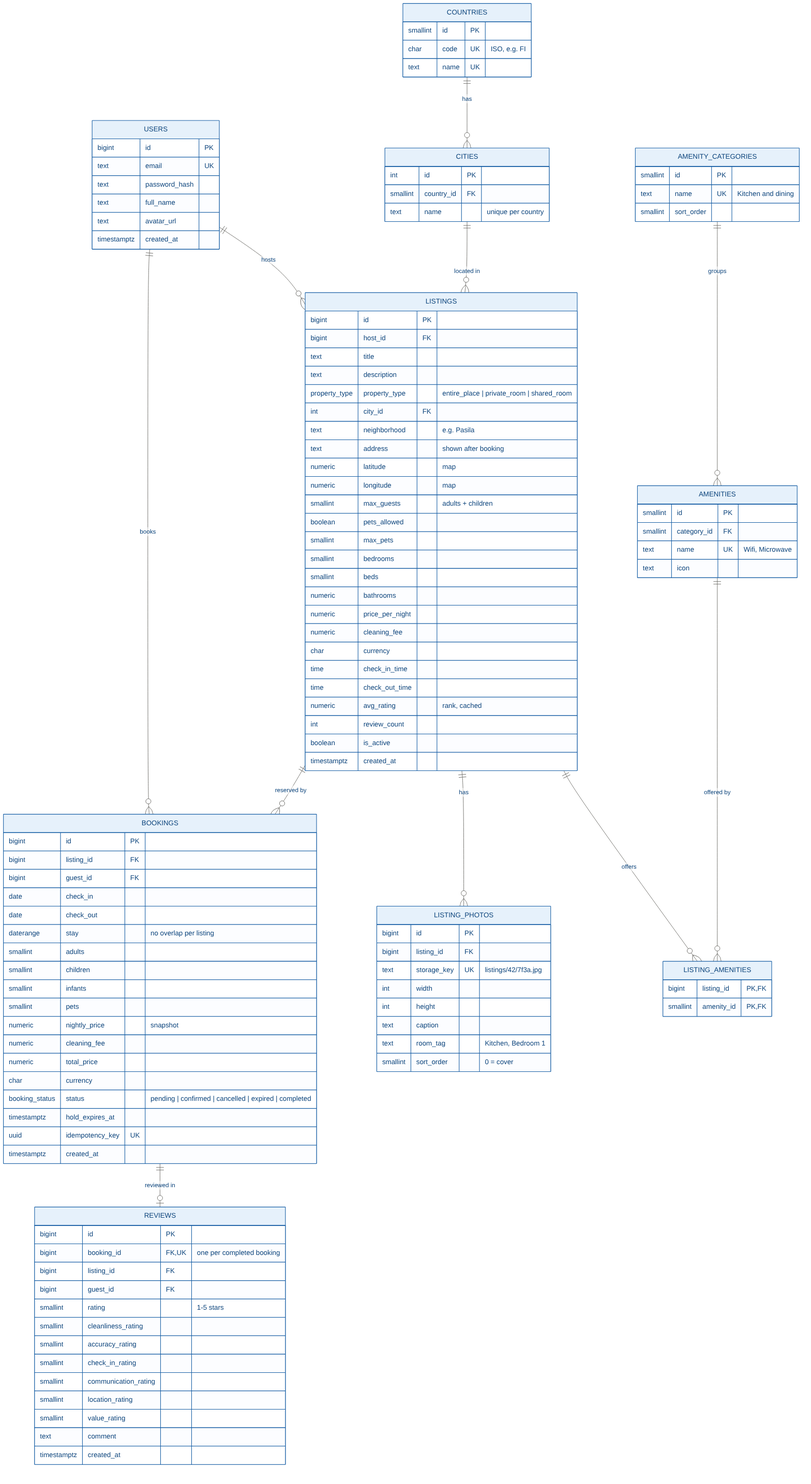
Before: db/erd.png, a diagram exported from Mermaid (zianazari/Caravansara). Its source is kept beside it as db/erd.mmd. Its diagram source:
```mermaid
erDiagram
    USERS ||--o{ LISTINGS : "hosts"
    USERS ||--o{ BOOKINGS : "books"
    COUNTRIES ||--o{ CITIES : "has"
    CITIES ||--o{ LISTINGS : "located in"
    LISTINGS ||--o{ LISTING_PHOTOS : "has"
    LISTINGS ||--o{ LISTING_AMENITIES : "offers"
    AMENITIES ||--o{ LISTING_AMENITIES : "offered by"
    AMENITY_CATEGORIES ||--o{ AMENITIES : "groups"
    LISTINGS ||--o{ BOOKINGS : "reserved by"
    BOOKINGS ||--o| REVIEWS : "reviewed in"

    USERS {
        bigint id PK
        text email UK
        text password_hash
        text full_name
        text avatar_url
        timestamptz created_at
    }
    COUNTRIES {
        smallint id PK
        char code UK "ISO, e.g. FI"
        text name UK
    }
    CITIES {
        int id PK
        smallint country_id FK
        text name "unique per country"
    }
    LISTINGS {
        bigint id PK
        bigint host_id FK
        text title
        text description
        property_type property_type "entire_place | private_room | shared_room"
        int city_id FK
        text neighborhood "e.g. Pasila"
        text address "shown after booking"
        numeric latitude "map"
        numeric longitude "map"
        smallint max_guests "adults + children"
        boolean pets_allowed
        smallint max_pets
        smallint bedrooms
        smallint beds
        numeric bathrooms
        numeric price_per_night
        numeric cleaning_fee
        char currency
        time check_in_time
        time check_out_time
        numeric avg_rating "rank, cached"
        int review_count
        boolean is_active
        timestamptz created_at
    }
    LISTING_PHOTOS {
        bigint id PK
        bigint listing_id FK
        text storage_key UK "listings/42/7f3a.jpg"
        int width
        int height
        text caption
        text room_tag "Kitchen, Bedroom 1"
        smallint sort_order "0 = cover"
    }
    AMENITY_CATEGORIES {
        smallint id PK
        text name UK "Kitchen and dining"
        smallint sort_order
    }
    AMENITIES {
        smallint id PK
        smallint category_id FK
        text name UK "Wifi, Microwave"
        text icon
    }
    LISTING_AMENITIES {
        bigint listing_id PK, FK
        smallint amenity_id PK, FK
    }
    BOOKINGS {
        bigint id PK
        bigint listing_id FK
        bigint guest_id FK
        date check_in
        date check_out
        daterange stay "no overlap per listing"
        smallint adults
        smallint children
        smallint infants
        smallint pets
        numeric nightly_price "snapshot"
        numeric cleaning_fee
        numeric total_price
        char currency
        booking_status status "pending | confirmed | cancelled | expired | completed"
        timestamptz hold_expires_at
        uuid idempotency_key UK
        timestamptz created_at
    }
    REVIEWS {
        bigint id PK
        bigint booking_id FK, UK "one per completed booking"
        bigint listing_id FK
        bigint guest_id FK
        smallint rating "1-5 stars"
        smallint cleanliness_rating
        smallint accuracy_rating
        smallint check_in_rating
        smallint communication_rating
        smallint location_rating
        smallint value_rating
        text comment
        timestamptz created_at
    }
```
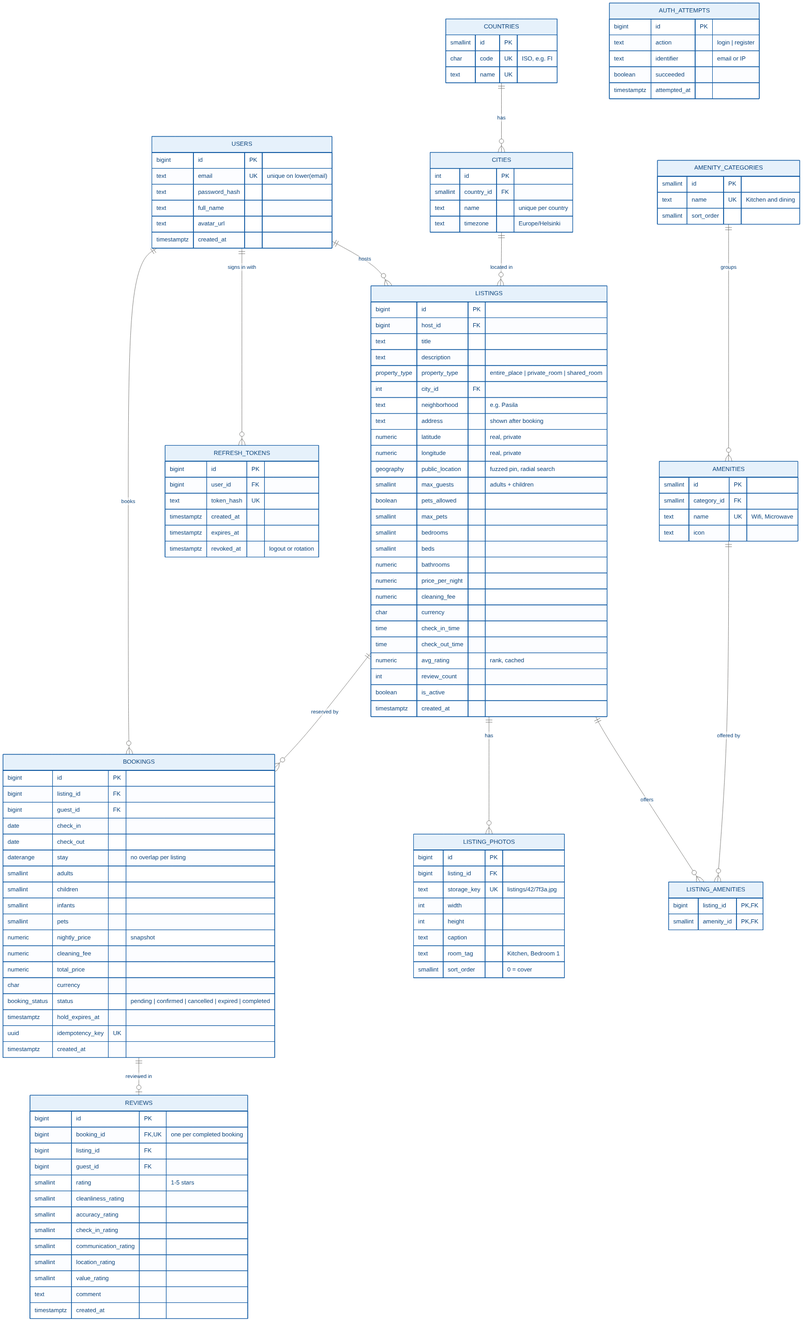
The same file after the commit.

Commit message:
Update schema to backend design (2026-11-01 decisions)

The edit, as a diff of the source:
```diff
@@ -1,6 +1,7 @@
 erDiagram
     USERS ||--o{ LISTINGS : "hosts"
     USERS ||--o{ BOOKINGS : "books"
+    USERS ||--o{ REFRESH_TOKENS : "signs in with"
     COUNTRIES ||--o{ CITIES : "has"
     CITIES ||--o{ LISTINGS : "located in"
     LISTINGS ||--o{ LISTING_PHOTOS : "has"
@@ -12,11 +13,26 @@
 
     USERS {
         bigint id PK
-        text email UK
+        text email UK "unique on lower(email)"
         text password_hash
         text full_name
         text avatar_url
         timestamptz created_at
+    }
+    REFRESH_TOKENS {
+        bigint id PK
+        bigint user_id FK
+        text token_hash UK
+        timestamptz created_at
+        timestamptz expires_at
+        timestamptz revoked_at "logout or rotation"
+    }
+    AUTH_ATTEMPTS {
+        bigint id PK
+        text action "login | register"
+        text identifier "email or IP"
+        boolean succeeded
+        timestamptz attempted_at
     }
     COUNTRIES {
         smallint id PK
@@ -27,6 +43,7 @@
         int id PK
         smallint country_id FK
         text name "unique per country"
+        text timezone "Europe/Helsinki"
     }
     LISTINGS {
         bigint id PK
@@ -37,8 +54,9 @@
         int city_id FK
         text neighborhood "e.g. Pasila"
         text address "shown after booking"
-        numeric latitude "map"
-        numeric longitude "map"
+        numeric latitude "real, private"
+        numeric longitude "real, private"
+        geography public_location "fuzzed pin, radial search"
         smallint max_guests "adults + children"
         boolean pets_allowed
         smallint max_pets
```
